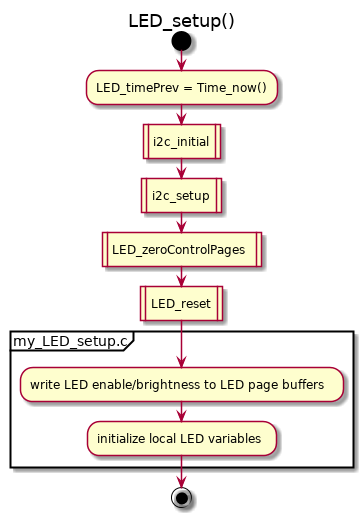
Above: doc/uml/LED_setup.png in kluelogic/controller (PlantUML), before the change. Source of this version:
```plantuml
@startuml
title LED_setup()
start
:LED_timePrev = Time_now();
:i2c_initial|
:i2c_setup|
:LED_zeroControlPages|
:LED_reset|
partition my_LED_setup.c {
 :write LED enable/brightness to LED page buffers;
 :initialize local LED variables;
}
stop
@enduml
```
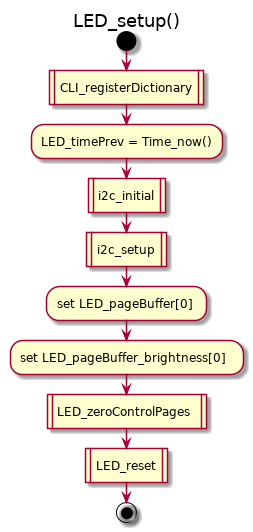
After the change.

Change to the diagram source:
```diff
@@ -1,14 +1,13 @@
 @startuml
 title LED_setup()
 start
+:CLI_registerDictionary|
 :LED_timePrev = Time_now();
 :i2c_initial|
 :i2c_setup|
+:set LED_pageBuffer[0];
+:set LED_pageBuffer_brightness[0];
 :LED_zeroControlPages|
 :LED_reset|
-partition my_LED_setup.c {
- :write LED enable/brightness to LED page buffers;
- :initialize local LED variables;
-}
 stop
 @enduml
```
